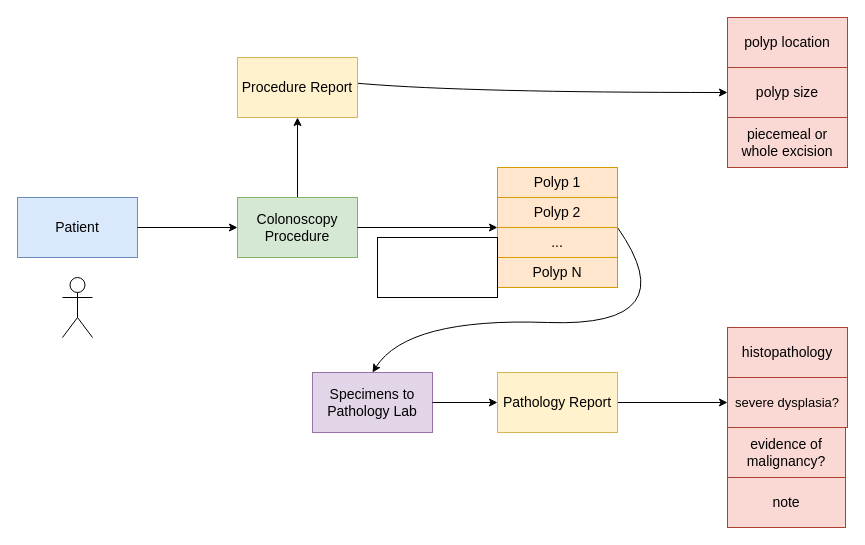
Before: input/images/HighLevelInformationModel2.drawio in dhes/ColonoscopyPolyp, a draw.io diagram. Source tidied: cells renumbered, new cells numbered last; positions are measured from the earlier drawing's top-left corner, leaving out a move shared by most shapes. Both pictures are drawn from the tidied source at 100%, with x=0, y=0 at pixel (17, 17).
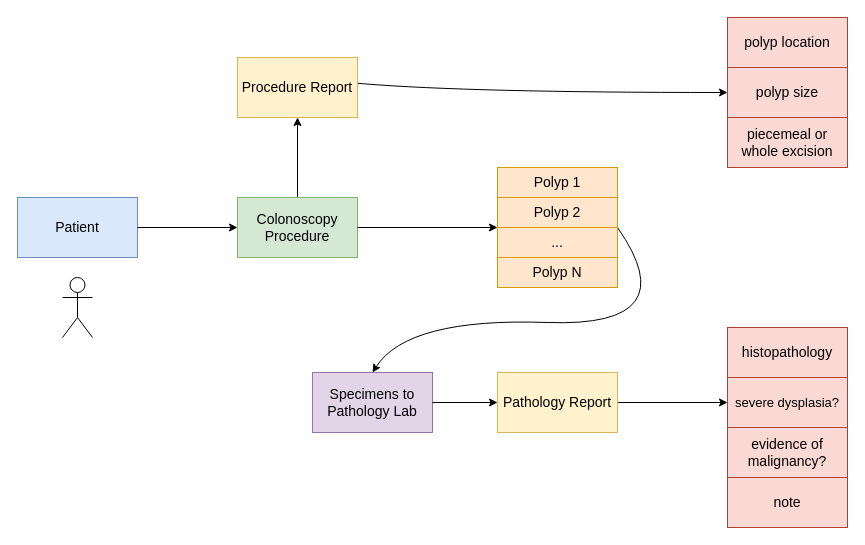
The same page after the edit.

Commit message (it also covers changes not shown here):
High-level image fills the width of the page

What changed in the source:
```diff
@@
     <mxCell id="13" value="&lt;font style=&quot;font-size: 14px;&quot;&gt;evidence of malignancy?&lt;/font&gt;" style="rounded=0;whiteSpace=wrap;html=1;fontSize=6;fillColor=#fad9d5;strokeColor=#ae4132;" parent="1" vertex="1">
-      <mxGeometry x="710" y="410" width="118" height="50" as="geometry" />
+      <mxGeometry x="710" y="410" width="120" height="50" as="geometry" />
     </mxCell>
@@
-    <mxCell id="25" style="whiteSpace=wrap;html=1;" parent="1" vertex="1">
-      <mxGeometry x="360" y="220" width="120" height="60" as="geometry" />
-    </mxCell>
     <mxCell id="26" value="&lt;span style=&quot;font-size: 14px&quot;&gt;note&lt;/span&gt;" style="rounded=0;whiteSpace=wrap;html=1;fontSize=6;fillColor=#fad9d5;strokeColor=#ae4132;" parent="1" vertex="1">
-      <mxGeometry x="710" y="460" width="118" height="50" as="geometry" />
+      <mxGeometry x="710" y="460" width="120" height="50" as="geometry" />
     </mxCell>
```
